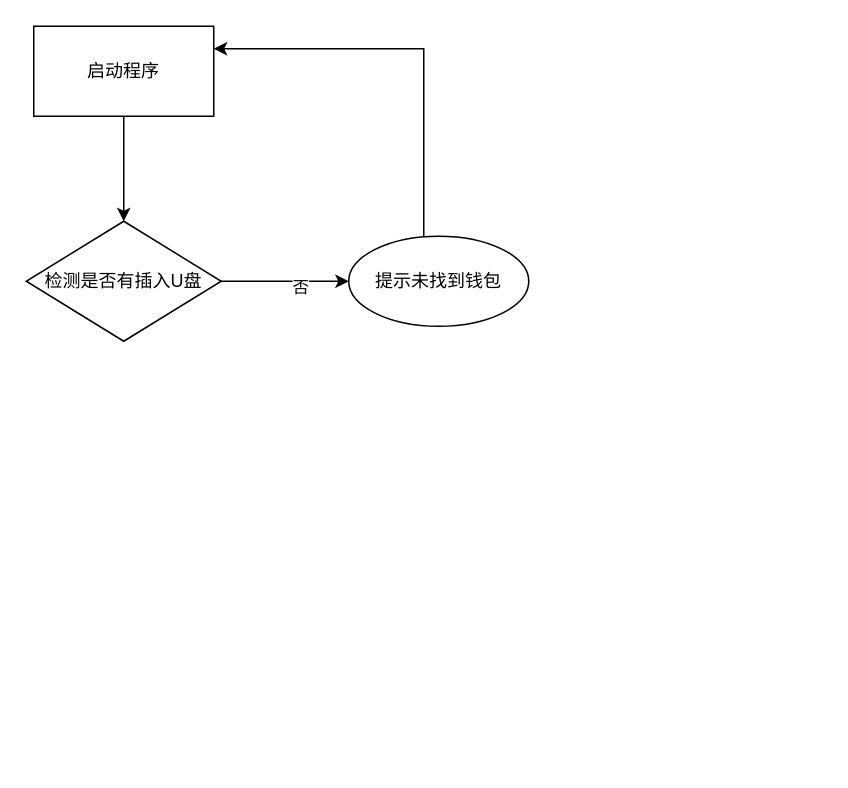
Earlier version of the draw.io diagram usb.drawio (dovezat/drawio). Source tidied: cells renumbered, new cells numbered last; positions are measured from the earlier drawing's top-left corner, leaving out a move shared by most shapes. Both pictures are drawn from the tidied source at 150%, with x=0, y=0 at pixel (26, 26).
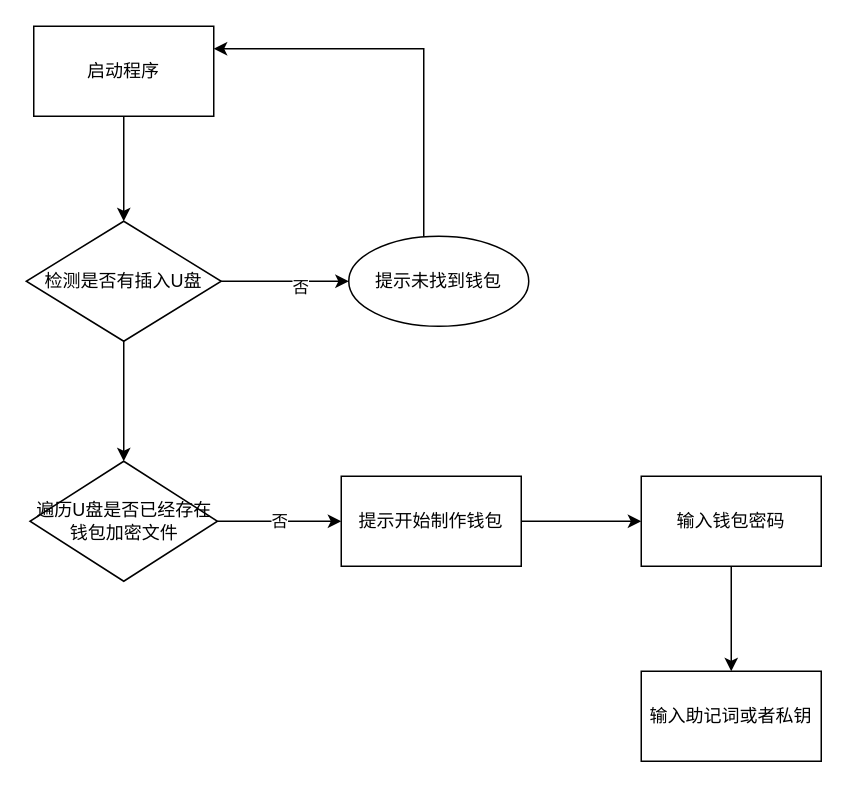
The same diagram, later.

Change to the diagram source:
```diff
@@
 <mxGraphModel>
   <root>
     <mxCell id="0" />
     <mxCell id="1" parent="0" />
     <mxCell id="2" style="edgeStyle=orthogonalEdgeStyle;rounded=0;jettySize=auto;html=1;" parent="1" edge="1" source="3" target="6">
       <mxGeometry relative="1" as="geometry" />
     </mxCell>
     <mxCell id="3" value="启动程序" style="rounded=0;whiteSpace=wrap;html=1;" parent="1" vertex="1">
       <mxGeometry x="5" width="120" height="60" as="geometry" />
     </mxCell>
     <mxCell id="4" style="edgeStyle=orthogonalEdgeStyle;rounded=0;jettySize=auto;html=1;" parent="1" edge="1" source="6" target="8">
       <mxGeometry relative="1" as="geometry" />
     </mxCell>
     <mxCell id="5" value="否" style="edgeLabel;html=1;align=center;verticalAlign=middle;" parent="4" vertex="1">
       <mxGeometry x="0.22" y="-3" relative="1" as="geometry" />
     </mxCell>
+    <mxCell id="9" style="edgeStyle=orthogonalEdgeStyle;rounded=0;jettySize=auto;html=1;" parent="1" edge="1" source="6" target="11">
+      <mxGeometry relative="1" as="geometry" />
+    </mxCell>
     <mxCell id="6" value="&lt;span style=&quot;&quot;&gt;检测是否有插入U盘&lt;/span&gt;" style="rhombus;whiteSpace=wrap;html=1;rounded=0;" parent="1" vertex="1">
       <mxGeometry y="130" width="130" height="80" as="geometry" />
     </mxCell>
     <mxCell id="7" style="edgeStyle=orthogonalEdgeStyle;rounded=0;jettySize=auto;html=1;entryX=1;entryY=0.25;entryDx=0;entryDy=0;" parent="1" edge="1" source="8" target="3">
       <mxGeometry relative="1" as="geometry">
         <Array as="points">
           <mxPoint x="265" y="15" />
         </Array>
       </mxGeometry>
     </mxCell>
     <mxCell id="8" value="提示未找到钱包" style="ellipse;whiteSpace=wrap;html=1;rounded=0;" parent="1" vertex="1">
       <mxGeometry x="215" y="140" width="120" height="60" as="geometry" />
     </mxCell>
+    <mxCell id="10" value="否" style="edgeStyle=orthogonalEdgeStyle;rounded=0;jettySize=auto;html=1;" parent="1" edge="1" source="11" target="13">
+      <mxGeometry relative="1" as="geometry" />
+    </mxCell>
+    <mxCell id="11" value="遍历U盘是否已经存在钱包加密文件" style="rhombus;whiteSpace=wrap;html=1;rounded=0;" parent="1" vertex="1">
+      <mxGeometry x="2.5" y="290" width="125" height="80" as="geometry" />
+    </mxCell>
+    <mxCell id="12" style="edgeStyle=orthogonalEdgeStyle;rounded=0;jettySize=auto;html=1;" parent="1" edge="1" source="13" target="15">
+      <mxGeometry relative="1" as="geometry" />
+    </mxCell>
+    <mxCell id="13" value="提示开始制作钱包" style="whiteSpace=wrap;html=1;rounded=0;" parent="1" vertex="1">
+      <mxGeometry x="210" y="300" width="120" height="60" as="geometry" />
+    </mxCell>
+    <mxCell id="14" style="edgeStyle=orthogonalEdgeStyle;rounded=0;jettySize=auto;html=1;" parent="1" edge="1" source="15" target="16">
+      <mxGeometry relative="1" as="geometry" />
+    </mxCell>
+    <mxCell id="15" value="输入钱包密码" style="whiteSpace=wrap;html=1;rounded=0;" parent="1" vertex="1">
+      <mxGeometry x="410" y="300" width="120" height="60" as="geometry" />
+    </mxCell>
+    <mxCell id="16" value="输入助记词或者私钥" style="whiteSpace=wrap;html=1;rounded=0;" parent="1" vertex="1">
+      <mxGeometry x="410" y="430" width="120" height="60" as="geometry" />
+    </mxCell>
   </root>
 </mxGraphModel>
```
